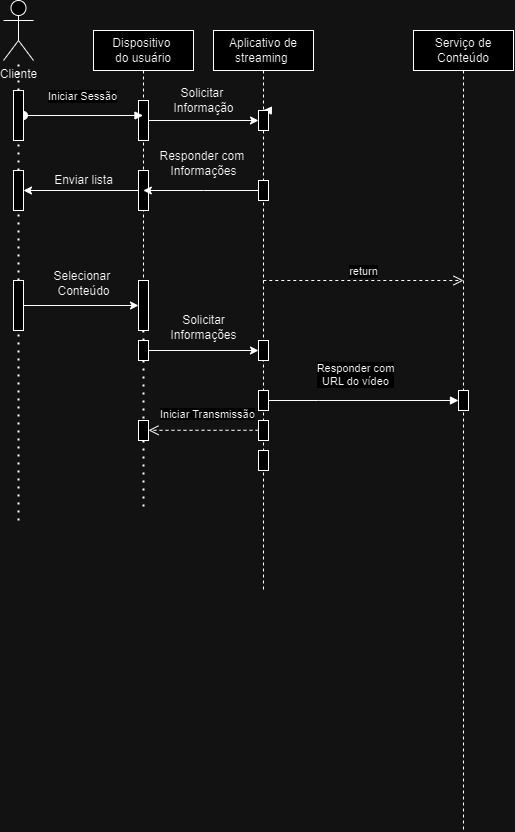
AnderBrIF/IF keeps this draw.io diagram as Diagrama Sequência.drawio.png. Above is the earlier version. Source tidied: cells renumbered, new cells last; positions are measured from the earlier drawing's top-left corner, leaving out a move shared by most shapes. Source of this version:
```xml
<mxGraphModel>
  <root>
    <mxCell id="0" />
    <mxCell id="1" parent="0" />
    <mxCell id="2" value="Serviço de Conteúdo" style="shape=umlLifeline;perimeter=lifelinePerimeter;whiteSpace=wrap;html=1;newEdgeStyle={&quot;edgeStyle&quot;:&quot;elbowEdgeStyle&quot;,&quot;elbow&quot;:&quot;vertical&quot;,&quot;curved&quot;:0,&quot;rounded&quot;:0};" parent="1" vertex="1">
      <mxGeometry x="410" y="30" width="100" height="800" as="geometry" />
    </mxCell>
    <mxCell id="3" style="html=1;points=[];perimeter=orthogonalPerimeter;outlineConnect=0;targetShapes=umlLifeline;portConstraint=eastwest;newEdgeStyle={&quot;edgeStyle&quot;:&quot;elbowEdgeStyle&quot;,&quot;elbow&quot;:&quot;vertical&quot;,&quot;curved&quot;:0,&quot;rounded&quot;:0};" parent="2" vertex="1">
      <mxGeometry x="45" y="360" width="10" height="20" as="geometry" />
    </mxCell>
    <mxCell id="4" value="Responder com&lt;br&gt;URL do vídeo" style="html=1;verticalAlign=bottom;endArrow=block;edgeStyle=elbowEdgeStyle;elbow=vertical;curved=0;rounded=0;" parent="1" edge="1" target="3">
      <mxGeometry x="-0.03" y="10" relative="1" as="geometry">
        <mxPoint x="255" y="400" as="sourcePoint" />
        <Array as="points">
          <mxPoint x="315.2" y="400" />
          <mxPoint x="285.2" y="420" />
          <mxPoint x="385.2" y="420" />
          <mxPoint x="415.2" y="400" />
          <mxPoint x="365.2" y="340" />
        </Array>
      </mxGeometry>
    </mxCell>
    <mxCell id="5" style="html=1;verticalAlign=bottom;endArrow=open;dashed=1;endSize=8;edgeStyle=elbowEdgeStyle;elbow=vertical;curved=0;rounded=0;" parent="1" edge="1" source="37" target="45">
      <mxGeometry relative="1" as="geometry" />
    </mxCell>
    <mxCell id="6" value="return" style="html=1;verticalAlign=bottom;endArrow=open;dashed=1;endSize=8;edgeStyle=elbowEdgeStyle;elbow=vertical;curved=0;rounded=0;" parent="1" edge="1" source="32">
      <mxGeometry relative="1" as="geometry">
        <mxPoint x="460" y="280" as="targetPoint" />
        <Array as="points">
          <mxPoint x="375" y="280" />
        </Array>
      </mxGeometry>
    </mxCell>
    <mxCell id="7" style="edgeStyle=orthogonalEdgeStyle;rounded=0;jettySize=auto;html=1;exitX=0.5;exitY=0.5;exitDx=0;exitDy=0;exitPerimeter=0;" parent="1" edge="1" source="8">
      <mxGeometry relative="1" as="geometry">
        <mxPoint x="15.6" y="30" as="targetPoint" />
      </mxGeometry>
    </mxCell>
    <mxCell id="8" value="Cliente" style="shape=umlActor;verticalLabelPosition=bottom;verticalAlign=top;html=1;outlineConnect=0;" parent="1" vertex="1">
      <mxGeometry width="30" height="60" as="geometry" />
    </mxCell>
    <mxCell id="9" value="Dispositivo&amp;nbsp;&lt;br&gt;do usuário" style="shape=umlLifeline;perimeter=lifelinePerimeter;whiteSpace=wrap;html=1;outlineConnect=0;portConstraint=eastwest;newEdgeStyle={&quot;edgeStyle&quot;:&quot;elbowEdgeStyle&quot;,&quot;elbow&quot;:&quot;vertical&quot;,&quot;curved&quot;:0,&quot;rounded&quot;:0};" parent="1" vertex="1">
      <mxGeometry x="90" y="30" width="100" height="300" as="geometry" />
    </mxCell>
    <mxCell id="10" style="html=1;points=[];perimeter=orthogonalPerimeter;outlineConnect=0;targetShapes=umlLifeline;portConstraint=eastwest;newEdgeStyle={&quot;edgeStyle&quot;:&quot;elbowEdgeStyle&quot;,&quot;elbow&quot;:&quot;vertical&quot;,&quot;curved&quot;:0,&quot;rounded&quot;:0};" parent="9" vertex="1">
      <mxGeometry x="45" y="70" width="10" height="40" as="geometry" />
    </mxCell>
    <mxCell id="11" style="html=1;points=[];perimeter=orthogonalPerimeter;outlineConnect=0;targetShapes=umlLifeline;portConstraint=eastwest;newEdgeStyle={&quot;edgeStyle&quot;:&quot;elbowEdgeStyle&quot;,&quot;elbow&quot;:&quot;vertical&quot;,&quot;curved&quot;:0,&quot;rounded&quot;:0};" parent="9" vertex="1">
      <mxGeometry x="45" y="250" width="10" height="50" as="geometry" />
    </mxCell>
    <mxCell id="12" style="html=1;points=[];perimeter=orthogonalPerimeter;outlineConnect=0;targetShapes=umlLifeline;portConstraint=eastwest;newEdgeStyle={&quot;edgeStyle&quot;:&quot;elbowEdgeStyle&quot;,&quot;elbow&quot;:&quot;vertical&quot;,&quot;curved&quot;:0,&quot;rounded&quot;:0};" parent="9" vertex="1">
      <mxGeometry x="45" y="140" width="10" height="40" as="geometry" />
    </mxCell>
    <mxCell id="13" style="endArrow=none;dashed=1;html=1;dashPattern=1 3;strokeWidth=2;rounded=0;" parent="1" edge="1" source="20" target="8">
      <mxGeometry relative="1" as="geometry" />
    </mxCell>
    <mxCell id="14" value="Iniciar Sessão" style="html=1;verticalAlign=bottom;startArrow=oval;endArrow=block;startSize=8;edgeStyle=elbowEdgeStyle;elbow=vertical;curved=0;rounded=0;" parent="1" edge="1" source="20" target="9">
      <mxGeometry y="10" relative="1" as="geometry">
        <Array as="points">
          <mxPoint x="90" y="120" />
        </Array>
      </mxGeometry>
    </mxCell>
    <mxCell id="15" style="endArrow=classic;html=1;rounded=0;" parent="1" edge="1" source="12" target="22">
      <mxGeometry relative="1" as="geometry" />
    </mxCell>
    <mxCell id="16" value="Enviar lista" style="text;html=1;align=center;verticalAlign=middle;strokeColor=none;fillColor=none;" parent="1" vertex="1">
      <mxGeometry x="40" y="165" width="80" height="30" as="geometry" />
    </mxCell>
    <mxCell id="17" style="endArrow=classic;html=1;rounded=0;" parent="1" edge="1" source="24" target="11">
      <mxGeometry relative="1" as="geometry" />
    </mxCell>
    <mxCell id="18" style="html=1;perimeter=orthogonalPerimeter;targetShapes=umlLifeline;newEdgeStyle={&quot;edgeStyle&quot;:&quot;elbowEdgeStyle&quot;,&quot;elbow&quot;:&quot;vertical&quot;,&quot;curved&quot;:0,&quot;rounded&quot;:0};" parent="1" vertex="1">
      <mxGeometry x="10" y="280" width="10" height="50" as="geometry" />
    </mxCell>
    <mxCell id="19" style="endArrow=none;dashed=1;html=1;dashPattern=1 3;strokeWidth=2;rounded=0;" parent="1" edge="1" source="22" target="20">
      <mxGeometry relative="1" as="geometry" />
    </mxCell>
    <mxCell id="20" style="html=1;points=[];perimeter=orthogonalPerimeter;outlineConnect=0;targetShapes=umlLifeline;portConstraint=eastwest;newEdgeStyle={&quot;edgeStyle&quot;:&quot;elbowEdgeStyle&quot;,&quot;elbow&quot;:&quot;vertical&quot;,&quot;curved&quot;:0,&quot;rounded&quot;:0};" parent="1" vertex="1">
      <mxGeometry x="10" y="90" width="10" height="50" as="geometry" />
    </mxCell>
    <mxCell id="21" style="endArrow=none;dashed=1;html=1;dashPattern=1 3;strokeWidth=2;rounded=0;" parent="1" edge="1" source="24" target="22">
      <mxGeometry relative="1" as="geometry">
        <Array as="points">
          <mxPoint x="15" y="250" />
        </Array>
      </mxGeometry>
    </mxCell>
    <mxCell id="22" style="html=1;points=[];perimeter=orthogonalPerimeter;outlineConnect=0;targetShapes=umlLifeline;portConstraint=eastwest;newEdgeStyle={&quot;edgeStyle&quot;:&quot;elbowEdgeStyle&quot;,&quot;elbow&quot;:&quot;vertical&quot;,&quot;curved&quot;:0,&quot;rounded&quot;:0};" parent="1" vertex="1">
      <mxGeometry x="10" y="170" width="10" height="40" as="geometry" />
    </mxCell>
    <mxCell id="23" style="endArrow=none;dashed=1;html=1;dashPattern=1 3;strokeWidth=2;rounded=0;" parent="1" edge="1" target="24">
      <mxGeometry relative="1" as="geometry">
        <mxPoint x="15" y="520" as="sourcePoint" />
      </mxGeometry>
    </mxCell>
    <mxCell id="24" style="html=1;points=[];perimeter=orthogonalPerimeter;outlineConnect=0;targetShapes=umlLifeline;portConstraint=eastwest;newEdgeStyle={&quot;edgeStyle&quot;:&quot;elbowEdgeStyle&quot;,&quot;elbow&quot;:&quot;vertical&quot;,&quot;curved&quot;:0,&quot;rounded&quot;:0};" parent="1" vertex="1">
      <mxGeometry x="10" y="280" width="10" height="50" as="geometry" />
    </mxCell>
    <mxCell id="25" style="endArrow=none;dashed=1;html=1;dashPattern=1 3;strokeWidth=2;rounded=0;" parent="1" edge="1" source="43">
      <mxGeometry relative="1" as="geometry">
        <mxPoint x="140" y="510" as="targetPoint" />
      </mxGeometry>
    </mxCell>
    <mxCell id="26" value="Selecionar&amp;nbsp;&lt;br&gt;Conteúdo" style="text;html=1;align=center;verticalAlign=middle;strokeColor=none;fillColor=none;" parent="1" vertex="1">
      <mxGeometry x="40" y="263" width="80" height="40" as="geometry" />
    </mxCell>
    <mxCell id="27" style="endArrow=classic;html=1;rounded=0;" parent="1" edge="1" source="10" target="33">
      <mxGeometry relative="1" as="geometry" />
    </mxCell>
    <mxCell id="28" value="Solicitar&amp;nbsp;&lt;br&gt;Informação" style="text;html=1;align=center;verticalAlign=middle;strokeColor=none;fillColor=none;" parent="1" vertex="1">
      <mxGeometry x="160" y="80" width="80" height="40" as="geometry" />
    </mxCell>
    <mxCell id="29" style="endArrow=classic;html=1;rounded=0;" parent="1" edge="1" source="32" target="9">
      <mxGeometry relative="1" as="geometry">
        <Array as="points">
          <mxPoint x="200" y="190" />
        </Array>
      </mxGeometry>
    </mxCell>
    <mxCell id="30" value="Responder com&amp;nbsp;&lt;br&gt;Informações" style="text;html=1;align=center;verticalAlign=middle;points=[];strokeColor=none;fillColor=none;" parent="1" vertex="1">
      <mxGeometry x="145" y="143" width="110" height="40" as="geometry" />
    </mxCell>
    <mxCell id="31" style="html=1;verticalAlign=bottom;endArrow=block;edgeStyle=elbowEdgeStyle;elbow=vertical;curved=0;rounded=0;" parent="1" edge="1" target="32">
      <mxGeometry relative="1" as="geometry">
        <mxPoint x="265" y="110" as="sourcePoint" />
      </mxGeometry>
    </mxCell>
    <mxCell id="32" value="Aplicativo de&lt;br&gt;streaming&amp;nbsp;" style="shape=umlLifeline;perimeter=lifelinePerimeter;whiteSpace=wrap;html=1;outlineConnect=0;portConstraint=eastwest;newEdgeStyle={&quot;edgeStyle&quot;:&quot;elbowEdgeStyle&quot;,&quot;elbow&quot;:&quot;vertical&quot;,&quot;curved&quot;:0,&quot;rounded&quot;:0};" parent="1" vertex="1">
      <mxGeometry x="210" y="30" width="100" height="560" as="geometry" />
    </mxCell>
    <mxCell id="33" style="html=1;points=[];perimeter=orthogonalPerimeter;outlineConnect=0;targetShapes=umlLifeline;portConstraint=eastwest;newEdgeStyle={&quot;edgeStyle&quot;:&quot;elbowEdgeStyle&quot;,&quot;elbow&quot;:&quot;vertical&quot;,&quot;curved&quot;:0,&quot;rounded&quot;:0};" parent="32" vertex="1">
      <mxGeometry x="45" y="80" width="10" height="20" as="geometry" />
    </mxCell>
    <mxCell id="34" style="html=1;points=[];perimeter=orthogonalPerimeter;outlineConnect=0;targetShapes=umlLifeline;portConstraint=eastwest;newEdgeStyle={&quot;edgeStyle&quot;:&quot;elbowEdgeStyle&quot;,&quot;elbow&quot;:&quot;vertical&quot;,&quot;curved&quot;:0,&quot;rounded&quot;:0};" parent="32" vertex="1">
      <mxGeometry x="45" y="150" width="10" height="20" as="geometry" />
    </mxCell>
    <mxCell id="35" style="html=1;perimeter=orthogonalPerimeter;targetShapes=umlLifeline;newEdgeStyle={&quot;edgeStyle&quot;:&quot;elbowEdgeStyle&quot;,&quot;elbow&quot;:&quot;vertical&quot;,&quot;curved&quot;:0,&quot;rounded&quot;:0};" parent="32" vertex="1">
      <mxGeometry x="45" y="360" width="10" height="20" as="geometry" />
    </mxCell>
    <mxCell id="36" style="html=1;perimeter=orthogonalPerimeter;targetShapes=umlLifeline;newEdgeStyle={&quot;edgeStyle&quot;:&quot;elbowEdgeStyle&quot;,&quot;elbow&quot;:&quot;vertical&quot;,&quot;curved&quot;:0,&quot;rounded&quot;:0};" parent="32" vertex="1">
      <mxGeometry x="45" y="420" width="10" height="20" as="geometry" />
    </mxCell>
    <mxCell id="37" style="html=1;points=[];perimeter=orthogonalPerimeter;outlineConnect=0;targetShapes=umlLifeline;portConstraint=eastwest;newEdgeStyle={&quot;edgeStyle&quot;:&quot;elbowEdgeStyle&quot;,&quot;elbow&quot;:&quot;vertical&quot;,&quot;curved&quot;:0,&quot;rounded&quot;:0};" parent="32" vertex="1">
      <mxGeometry x="45" y="390" width="10" height="20" as="geometry" />
    </mxCell>
    <mxCell id="38" style="edgeStyle=elbowEdgeStyle;rounded=0;jettySize=auto;html=1;elbow=vertical;curved=0;" parent="1" edge="1" source="34" target="30">
      <mxGeometry relative="1" as="geometry" />
    </mxCell>
    <mxCell id="39" style="endArrow=classic;html=1;rounded=0;" parent="1" edge="1" source="41" target="32">
      <mxGeometry relative="1" as="geometry" />
    </mxCell>
    <mxCell id="40" style="endArrow=classic;html=1;rounded=0;" parent="1" edge="1" source="43" target="41">
      <mxGeometry relative="1" as="geometry" />
    </mxCell>
    <mxCell id="41" style="html=1;points=[];perimeter=orthogonalPerimeter;outlineConnect=0;targetShapes=umlLifeline;portConstraint=eastwest;newEdgeStyle={&quot;edgeStyle&quot;:&quot;elbowEdgeStyle&quot;,&quot;elbow&quot;:&quot;vertical&quot;,&quot;curved&quot;:0,&quot;rounded&quot;:0};" parent="1" vertex="1">
      <mxGeometry x="255" y="340" width="10" height="20" as="geometry" />
    </mxCell>
    <mxCell id="42" value="&lt;br&gt;Solicitar&lt;br&gt;Informações" style="text;html=1;align=center;verticalAlign=middle;strokeColor=none;fillColor=none;" parent="1" vertex="1">
      <mxGeometry x="155" y="290" width="90" height="60" as="geometry" />
    </mxCell>
    <mxCell id="43" style="html=1;points=[];perimeter=orthogonalPerimeter;outlineConnect=0;targetShapes=umlLifeline;portConstraint=eastwest;newEdgeStyle={&quot;edgeStyle&quot;:&quot;elbowEdgeStyle&quot;,&quot;elbow&quot;:&quot;vertical&quot;,&quot;curved&quot;:0,&quot;rounded&quot;:0};" parent="1" vertex="1">
      <mxGeometry x="135" y="340" width="10" height="20" as="geometry" />
    </mxCell>
    <mxCell id="44" style="endArrow=none;dashed=1;html=1;dashPattern=1 3;strokeWidth=2;rounded=0;" parent="1" edge="1" source="9" target="43">
      <mxGeometry relative="1" as="geometry" />
    </mxCell>
    <mxCell id="45" style="html=1;points=[];perimeter=orthogonalPerimeter;outlineConnect=0;targetShapes=umlLifeline;portConstraint=eastwest;newEdgeStyle={&quot;edgeStyle&quot;:&quot;elbowEdgeStyle&quot;,&quot;elbow&quot;:&quot;vertical&quot;,&quot;curved&quot;:0,&quot;rounded&quot;:0};" parent="1" vertex="1">
      <mxGeometry x="135" y="420" width="10" height="20" as="geometry" />
    </mxCell>
    <mxCell id="46" value="&lt;span style=&quot;color: rgb(0, 0, 0); font-family: Helvetica; font-size: 11px; font-style: normal; font-variant-ligatures: normal; font-variant-caps: normal; font-weight: 400; letter-spacing: normal; orphans: 2; text-align: center; text-indent: 0px; text-transform: none; widows: 2; word-spacing: 0px; -webkit-text-stroke-width: 0px; background-color: rgb(255, 255, 255); text-decoration-thickness: initial; text-decoration-style: initial; text-decoration-color: initial; float: none; display: inline !important;&quot;&gt;Iniciar Transmissão&lt;/span&gt;" style="text;whiteSpace=wrap;html=1;" parent="1" vertex="1">
      <mxGeometry x="155" y="400" width="130" height="40" as="geometry" />
    </mxCell>
  </root>
</mxGraphModel>
```
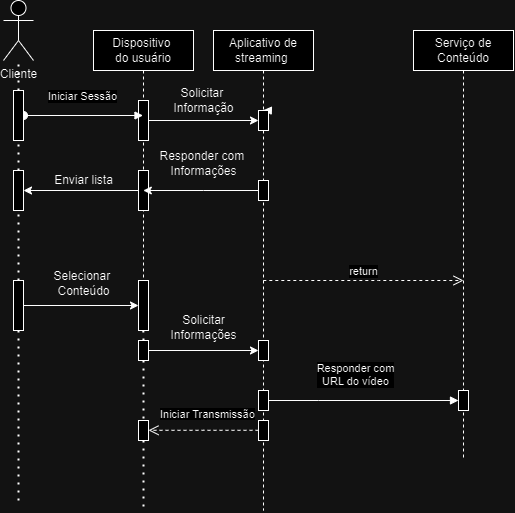
After the change.

Change to the diagram source:
```diff
@@ -3,7 +3,7 @@
     <mxCell id="0" />
     <mxCell id="1" parent="0" />
     <mxCell id="2" value="Serviço de Conteúdo" style="shape=umlLifeline;perimeter=lifelinePerimeter;whiteSpace=wrap;html=1;newEdgeStyle={&quot;edgeStyle&quot;:&quot;elbowEdgeStyle&quot;,&quot;elbow&quot;:&quot;vertical&quot;,&quot;curved&quot;:0,&quot;rounded&quot;:0};" parent="1" vertex="1">
-      <mxGeometry x="410" y="30" width="100" height="800" as="geometry" />
+      <mxGeometry x="410" y="30" width="100" height="430" as="geometry" />
     </mxCell>
     <mxCell id="3" style="html=1;points=[];perimeter=orthogonalPerimeter;outlineConnect=0;targetShapes=umlLifeline;portConstraint=eastwest;newEdgeStyle={&quot;edgeStyle&quot;:&quot;elbowEdgeStyle&quot;,&quot;elbow&quot;:&quot;vertical&quot;,&quot;curved&quot;:0,&quot;rounded&quot;:0};" parent="2" vertex="1">
       <mxGeometry x="45" y="360" width="10" height="20" as="geometry" />
@@ -91,7 +91,7 @@
     </mxCell>
     <mxCell id="23" style="endArrow=none;dashed=1;html=1;dashPattern=1 3;strokeWidth=2;rounded=0;" parent="1" edge="1" target="24">
       <mxGeometry relative="1" as="geometry">
-        <mxPoint x="15" y="520" as="sourcePoint" />
+        <mxPoint x="15" y="500" as="sourcePoint" />
       </mxGeometry>
     </mxCell>
     <mxCell id="24" style="html=1;points=[];perimeter=orthogonalPerimeter;outlineConnect=0;targetShapes=umlLifeline;portConstraint=eastwest;newEdgeStyle={&quot;edgeStyle&quot;:&quot;elbowEdgeStyle&quot;,&quot;elbow&quot;:&quot;vertical&quot;,&quot;curved&quot;:0,&quot;rounded&quot;:0};" parent="1" vertex="1">
@@ -127,7 +127,7 @@
       </mxGeometry>
     </mxCell>
     <mxCell id="32" value="Aplicativo de&lt;br&gt;streaming&amp;nbsp;" style="shape=umlLifeline;perimeter=lifelinePerimeter;whiteSpace=wrap;html=1;outlineConnect=0;portConstraint=eastwest;newEdgeStyle={&quot;edgeStyle&quot;:&quot;elbowEdgeStyle&quot;,&quot;elbow&quot;:&quot;vertical&quot;,&quot;curved&quot;:0,&quot;rounded&quot;:0};" parent="1" vertex="1">
-      <mxGeometry x="210" y="30" width="100" height="560" as="geometry" />
+      <mxGeometry x="210" y="30" width="100" height="480" as="geometry" />
     </mxCell>
     <mxCell id="33" style="html=1;points=[];perimeter=orthogonalPerimeter;outlineConnect=0;targetShapes=umlLifeline;portConstraint=eastwest;newEdgeStyle={&quot;edgeStyle&quot;:&quot;elbowEdgeStyle&quot;,&quot;elbow&quot;:&quot;vertical&quot;,&quot;curved&quot;:0,&quot;rounded&quot;:0};" parent="32" vertex="1">
       <mxGeometry x="45" y="80" width="10" height="20" as="geometry" />
@@ -138,9 +138,6 @@
     <mxCell id="35" style="html=1;perimeter=orthogonalPerimeter;targetShapes=umlLifeline;newEdgeStyle={&quot;edgeStyle&quot;:&quot;elbowEdgeStyle&quot;,&quot;elbow&quot;:&quot;vertical&quot;,&quot;curved&quot;:0,&quot;rounded&quot;:0};" parent="32" vertex="1">
       <mxGeometry x="45" y="360" width="10" height="20" as="geometry" />
     </mxCell>
-    <mxCell id="36" style="html=1;perimeter=orthogonalPerimeter;targetShapes=umlLifeline;newEdgeStyle={&quot;edgeStyle&quot;:&quot;elbowEdgeStyle&quot;,&quot;elbow&quot;:&quot;vertical&quot;,&quot;curved&quot;:0,&quot;rounded&quot;:0};" parent="32" vertex="1">
-      <mxGeometry x="45" y="420" width="10" height="20" as="geometry" />
-    </mxCell>
     <mxCell id="37" style="html=1;points=[];perimeter=orthogonalPerimeter;outlineConnect=0;targetShapes=umlLifeline;portConstraint=eastwest;newEdgeStyle={&quot;edgeStyle&quot;:&quot;elbowEdgeStyle&quot;,&quot;elbow&quot;:&quot;vertical&quot;,&quot;curved&quot;:0,&quot;rounded&quot;:0};" parent="32" vertex="1">
       <mxGeometry x="45" y="390" width="10" height="20" as="geometry" />
     </mxCell>
```
